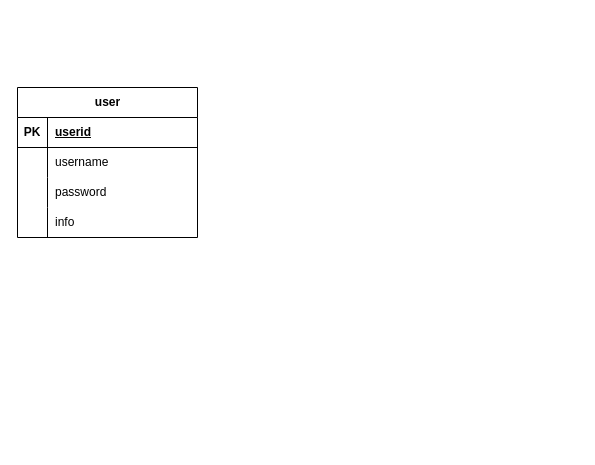
This is newP.drawio from DuongThang0702/diagram, a draw.io file, before an edit. Source tidied: cells renumbered, new cells numbered last; positions are measured from the earlier drawing's top-left corner, leaving out a move shared by most shapes. Both pictures are drawn from the tidied source at 100%, with x=0, y=0 at pixel (17, 87).
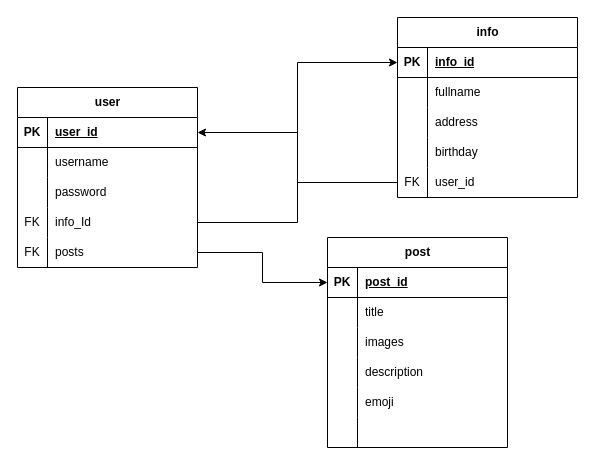
The same diagram, later.

Commit message:
Cập nhật newP.drawio

Unchanged cells that the change refers to:
```xml
<mxCell id="3" style="shape=tableRow;horizontal=0;startSize=0;swimlaneHead=0;swimlaneBody=0;fillColor=none;points=[[0,0.5],[1,0.5]];portConstraint=eastwest;top=0;left=0;right=0;bottom=1;" parent="2" vertex="1">
  <mxGeometry y="30" width="180" height="30" as="geometry" />
</mxCell>
<mxCell id="12" style="shape=tableRow;horizontal=0;startSize=0;swimlaneHead=0;swimlaneBody=0;fillColor=none;points=[[0,0.5],[1,0.5]];portConstraint=eastwest;top=0;left=0;right=0;bottom=0;" parent="2" vertex="1">
  <mxGeometry y="120" width="180" height="30" as="geometry" />
</mxCell>
```

The edit, as a diff of the source:
```diff
@@
     <mxCell id="2" value="user" style="shape=table;startSize=30;childLayout=tableLayout;rowLines=0;fontStyle=1;align=center;html=1;" parent="1" vertex="1">
-      <mxGeometry width="180" height="150" as="geometry" />
+      <mxGeometry width="180" height="180" as="geometry" />
     </mxCell>
@@
-    <mxCell id="5" value="userid" style="shape=partialRectangle;fillColor=none;top=0;left=0;bottom=0;right=0;align=left;spacingLeft=6;fontStyle=5;overflow=hidden;whiteSpace=wrap;html=1;" parent="3" vertex="1">
+    <mxCell id="5" value="user_id" style="shape=partialRectangle;fillColor=none;top=0;left=0;bottom=0;right=0;align=left;spacingLeft=6;fontStyle=5;overflow=hidden;whiteSpace=wrap;html=1;" parent="3" vertex="1">
       <mxGeometry x="30" width="150" height="30" as="geometry" />
     </mxCell>
@@
-    <mxCell id="13" style="shape=partialRectangle;fillColor=none;top=0;left=0;bottom=0;right=0;overflow=hidden;whiteSpace=wrap;html=1;" parent="12" vertex="1">
+    <mxCell id="13" value="FK" style="shape=partialRectangle;fillColor=none;top=0;left=0;bottom=0;right=0;overflow=hidden;whiteSpace=wrap;html=1;" parent="12" vertex="1">
       <mxGeometry width="30" height="30" as="geometry" />
     </mxCell>
-    <mxCell id="14" value="info" style="shape=partialRectangle;fillColor=none;top=0;left=0;bottom=0;right=0;align=left;spacingLeft=6;overflow=hidden;whiteSpace=wrap;html=1;" parent="12" vertex="1">
+    <mxCell id="14" value="info_Id" style="shape=partialRectangle;fillColor=none;top=0;left=0;bottom=0;right=0;align=left;spacingLeft=6;overflow=hidden;whiteSpace=wrap;html=1;" parent="12" vertex="1">
       <mxGeometry x="30" width="150" height="30" as="geometry" />
     </mxCell>
+    <mxCell id="15" style="shape=tableRow;horizontal=0;startSize=0;swimlaneHead=0;swimlaneBody=0;fillColor=none;points=[[0,0.5],[1,0.5]];portConstraint=eastwest;top=0;left=0;right=0;bottom=0;" parent="2" vertex="1">
+      <mxGeometry y="150" width="180" height="30" as="geometry" />
+    </mxCell>
+    <mxCell id="16" value="FK" style="shape=partialRectangle;fillColor=none;top=0;left=0;bottom=0;right=0;overflow=hidden;whiteSpace=wrap;html=1;" parent="15" vertex="1">
+      <mxGeometry width="30" height="30" as="geometry" />
+    </mxCell>
+    <mxCell id="17" value="posts" style="shape=partialRectangle;fillColor=none;top=0;left=0;bottom=0;right=0;align=left;spacingLeft=6;overflow=hidden;whiteSpace=wrap;html=1;" parent="15" vertex="1">
+      <mxGeometry x="30" width="150" height="30" as="geometry" />
+    </mxCell>
+    <mxCell id="18" value="info" style="shape=table;startSize=30;childLayout=tableLayout;rowLines=0;fontStyle=1;align=center;html=1;" parent="1" vertex="1">
+      <mxGeometry x="380" y="-70" width="180" height="180" as="geometry" />
+    </mxCell>
+    <mxCell id="19" style="shape=tableRow;horizontal=0;startSize=0;swimlaneHead=0;swimlaneBody=0;fillColor=none;points=[[0,0.5],[1,0.5]];portConstraint=eastwest;top=0;left=0;right=0;bottom=1;" parent="18" vertex="1">
+      <mxGeometry y="30" width="180" height="30" as="geometry" />
+    </mxCell>
+    <mxCell id="20" value="PK" style="shape=partialRectangle;fillColor=none;top=0;left=0;bottom=0;right=0;fontStyle=1;overflow=hidden;whiteSpace=wrap;html=1;" parent="19" vertex="1">
+      <mxGeometry width="30" height="30" as="geometry" />
+    </mxCell>
+    <mxCell id="21" value="info_id" style="shape=partialRectangle;fillColor=none;top=0;left=0;bottom=0;right=0;align=left;spacingLeft=6;fontStyle=5;overflow=hidden;whiteSpace=wrap;html=1;" parent="19" vertex="1">
+      <mxGeometry x="30" width="150" height="30" as="geometry" />
+    </mxCell>
+    <mxCell id="22" style="shape=tableRow;horizontal=0;startSize=0;swimlaneHead=0;swimlaneBody=0;fillColor=none;top=0;left=0;right=0;bottom=0;" parent="18" vertex="1">
+      <mxGeometry y="60" width="180" height="30" as="geometry" />
+    </mxCell>
+    <mxCell id="23" style="shape=partialRectangle;fillColor=none;top=0;left=0;bottom=0;right=0;overflow=hidden;whiteSpace=wrap;html=1;" parent="22" vertex="1">
+      <mxGeometry width="30" height="30" as="geometry" />
+    </mxCell>
+    <mxCell id="24" value="fullname" style="shape=partialRectangle;fillColor=none;top=0;left=0;bottom=0;right=0;align=left;spacingLeft=6;overflow=hidden;whiteSpace=wrap;html=1;" parent="22" vertex="1">
+      <mxGeometry x="30" width="150" height="30" as="geometry" />
+    </mxCell>
+    <mxCell id="25" style="shape=tableRow;horizontal=0;startSize=0;swimlaneHead=0;swimlaneBody=0;fillColor=none;top=0;left=0;right=0;bottom=0;" parent="18" vertex="1">
+      <mxGeometry y="90" width="180" height="30" as="geometry" />
+    </mxCell>
+    <mxCell id="26" style="shape=partialRectangle;fillColor=none;top=0;left=0;bottom=0;right=0;overflow=hidden;whiteSpace=wrap;html=1;" parent="25" vertex="1">
+      <mxGeometry width="30" height="30" as="geometry" />
+    </mxCell>
+    <mxCell id="27" value="address" style="shape=partialRectangle;fillColor=none;top=0;left=0;bottom=0;right=0;align=left;spacingLeft=6;overflow=hidden;whiteSpace=wrap;html=1;" parent="25" vertex="1">
+      <mxGeometry x="30" width="150" height="30" as="geometry" />
+    </mxCell>
+    <mxCell id="28" style="shape=tableRow;horizontal=0;startSize=0;swimlaneHead=0;swimlaneBody=0;fillColor=none;top=0;left=0;right=0;bottom=0;" parent="18" vertex="1">
+      <mxGeometry y="120" width="180" height="30" as="geometry" />
+    </mxCell>
+    <mxCell id="29" style="shape=partialRectangle;fillColor=none;top=0;left=0;bottom=0;right=0;overflow=hidden;whiteSpace=wrap;html=1;" parent="28" vertex="1">
+      <mxGeometry width="30" height="30" as="geometry" />
+    </mxCell>
+    <mxCell id="30" value="birthday" style="shape=partialRectangle;fillColor=none;top=0;left=0;bottom=0;right=0;align=left;spacingLeft=6;overflow=hidden;whiteSpace=wrap;html=1;" parent="28" vertex="1">
+      <mxGeometry x="30" width="150" height="30" as="geometry" />
+    </mxCell>
+    <mxCell id="31" style="shape=tableRow;horizontal=0;startSize=0;swimlaneHead=0;swimlaneBody=0;fillColor=none;points=[[0,0.5],[1,0.5]];portConstraint=eastwest;top=0;left=0;right=0;bottom=0;" parent="18" vertex="1">
+      <mxGeometry y="150" width="180" height="30" as="geometry" />
+    </mxCell>
+    <mxCell id="32" value="FK" style="shape=partialRectangle;fillColor=none;top=0;left=0;bottom=0;right=0;overflow=hidden;whiteSpace=wrap;html=1;" parent="31" vertex="1">
+      <mxGeometry width="30" height="30" as="geometry" />
+    </mxCell>
+    <mxCell id="33" value="user_id" style="shape=partialRectangle;fillColor=none;top=0;left=0;bottom=0;right=0;align=left;spacingLeft=6;overflow=hidden;whiteSpace=wrap;html=1;" parent="31" vertex="1">
+      <mxGeometry x="30" width="150" height="30" as="geometry" />
+    </mxCell>
+    <mxCell id="34" value="post" style="shape=table;startSize=30;childLayout=tableLayout;rowLines=0;fontStyle=1;align=center;html=1;" parent="1" vertex="1">
+      <mxGeometry x="310" y="150" width="180" height="210" as="geometry" />
+    </mxCell>
+    <mxCell id="35" style="shape=tableRow;horizontal=0;startSize=0;swimlaneHead=0;swimlaneBody=0;fillColor=none;points=[[0,0.5],[1,0.5]];portConstraint=eastwest;top=0;left=0;right=0;bottom=1;" parent="34" vertex="1">
+      <mxGeometry y="30" width="180" height="30" as="geometry" />
+    </mxCell>
+    <mxCell id="36" value="PK" style="shape=partialRectangle;fillColor=none;top=0;left=0;bottom=0;right=0;fontStyle=1;overflow=hidden;whiteSpace=wrap;html=1;" parent="35" vertex="1">
+      <mxGeometry width="30" height="30" as="geometry" />
+    </mxCell>
+    <mxCell id="37" value="post_id" style="shape=partialRectangle;fillColor=none;top=0;left=0;bottom=0;right=0;align=left;spacingLeft=6;fontStyle=5;overflow=hidden;whiteSpace=wrap;html=1;" parent="35" vertex="1">
+      <mxGeometry x="30" width="150" height="30" as="geometry" />
+    </mxCell>
+    <mxCell id="38" style="shape=tableRow;horizontal=0;startSize=0;swimlaneHead=0;swimlaneBody=0;fillColor=none;top=0;left=0;right=0;bottom=0;" parent="34" vertex="1">
+      <mxGeometry y="60" width="180" height="30" as="geometry" />
+    </mxCell>
+    <mxCell id="39" style="shape=partialRectangle;fillColor=none;top=0;left=0;bottom=0;right=0;overflow=hidden;whiteSpace=wrap;html=1;" parent="38" vertex="1">
+      <mxGeometry width="30" height="30" as="geometry" />
+    </mxCell>
+    <mxCell id="40" value="title" style="shape=partialRectangle;fillColor=none;top=0;left=0;bottom=0;right=0;align=left;spacingLeft=6;overflow=hidden;whiteSpace=wrap;html=1;" parent="38" vertex="1">
+      <mxGeometry x="30" width="150" height="30" as="geometry" />
+    </mxCell>
+    <mxCell id="41" style="shape=tableRow;horizontal=0;startSize=0;swimlaneHead=0;swimlaneBody=0;fillColor=none;top=0;left=0;right=0;bottom=0;" parent="34" vertex="1">
+      <mxGeometry y="90" width="180" height="30" as="geometry" />
+    </mxCell>
+    <mxCell id="42" style="shape=partialRectangle;fillColor=none;top=0;left=0;bottom=0;right=0;overflow=hidden;whiteSpace=wrap;html=1;" parent="41" vertex="1">
+      <mxGeometry width="30" height="30" as="geometry" />
+    </mxCell>
+    <mxCell id="43" value="images" style="shape=partialRectangle;fillColor=none;top=0;left=0;bottom=0;right=0;align=left;spacingLeft=6;overflow=hidden;whiteSpace=wrap;html=1;" parent="41" vertex="1">
+      <mxGeometry x="30" width="150" height="30" as="geometry" />
+    </mxCell>
+    <mxCell id="44" style="shape=tableRow;horizontal=0;startSize=0;swimlaneHead=0;swimlaneBody=0;fillColor=none;top=0;left=0;right=0;bottom=0;" parent="34" vertex="1">
+      <mxGeometry y="120" width="180" height="30" as="geometry" />
+    </mxCell>
+    <mxCell id="45" style="shape=partialRectangle;fillColor=none;top=0;left=0;bottom=0;right=0;overflow=hidden;whiteSpace=wrap;html=1;" parent="44" vertex="1">
+      <mxGeometry width="30" height="30" as="geometry" />
+    </mxCell>
+    <mxCell id="46" value="description" style="shape=partialRectangle;fillColor=none;top=0;left=0;bottom=0;right=0;align=left;spacingLeft=6;overflow=hidden;whiteSpace=wrap;html=1;" parent="44" vertex="1">
+      <mxGeometry x="30" width="150" height="30" as="geometry" />
+    </mxCell>
+    <mxCell id="47" style="shape=tableRow;horizontal=0;startSize=0;swimlaneHead=0;swimlaneBody=0;fillColor=none;top=0;left=0;right=0;bottom=0;" parent="34" vertex="1">
+      <mxGeometry y="150" width="180" height="30" as="geometry" />
+    </mxCell>
+    <mxCell id="48" style="shape=partialRectangle;fillColor=none;top=0;left=0;bottom=0;right=0;overflow=hidden;whiteSpace=wrap;html=1;" parent="47" vertex="1">
+      <mxGeometry width="30" height="30" as="geometry" />
+    </mxCell>
+    <mxCell id="49" value="emoji" style="shape=partialRectangle;fillColor=none;top=0;left=0;bottom=0;right=0;align=left;spacingLeft=6;overflow=hidden;whiteSpace=wrap;html=1;" parent="47" vertex="1">
+      <mxGeometry x="30" width="150" height="30" as="geometry" />
+    </mxCell>
+    <mxCell id="50" style="shape=tableRow;horizontal=0;startSize=0;swimlaneHead=0;swimlaneBody=0;fillColor=none;top=0;left=0;right=0;bottom=0;" parent="34" vertex="1">
+      <mxGeometry y="180" width="180" height="30" as="geometry" />
+    </mxCell>
+    <mxCell id="51" style="shape=partialRectangle;fillColor=none;top=0;left=0;bottom=0;right=0;overflow=hidden;whiteSpace=wrap;html=1;" parent="50" vertex="1">
+      <mxGeometry width="30" height="30" as="geometry" />
+    </mxCell>
+    <mxCell id="52" style="shape=partialRectangle;fillColor=none;top=0;left=0;bottom=0;right=0;align=left;spacingLeft=6;overflow=hidden;whiteSpace=wrap;html=1;" parent="50" vertex="1">
+      <mxGeometry x="30" width="150" height="30" as="geometry" />
+    </mxCell>
+    <mxCell id="53" style="edgeStyle=orthogonalEdgeStyle;rounded=0;jettySize=auto;html=1;entryX=1;entryY=0.5;entryDx=0;entryDy=0;" parent="1" edge="1" source="31" target="3">
+      <mxGeometry relative="1" as="geometry" />
+    </mxCell>
+    <mxCell id="54" style="edgeStyle=orthogonalEdgeStyle;rounded=0;jettySize=auto;html=1;entryX=0;entryY=0.5;entryDx=0;entryDy=0;" parent="1" edge="1" source="12" target="19">
+      <mxGeometry relative="1" as="geometry" />
+    </mxCell>
+    <mxCell id="55" style="edgeStyle=orthogonalEdgeStyle;rounded=0;jettySize=auto;html=1;entryX=0;entryY=0.5;entryDx=0;entryDy=0;" parent="1" edge="1" source="15" target="35">
+      <mxGeometry relative="1" as="geometry" />
+    </mxCell>
```
